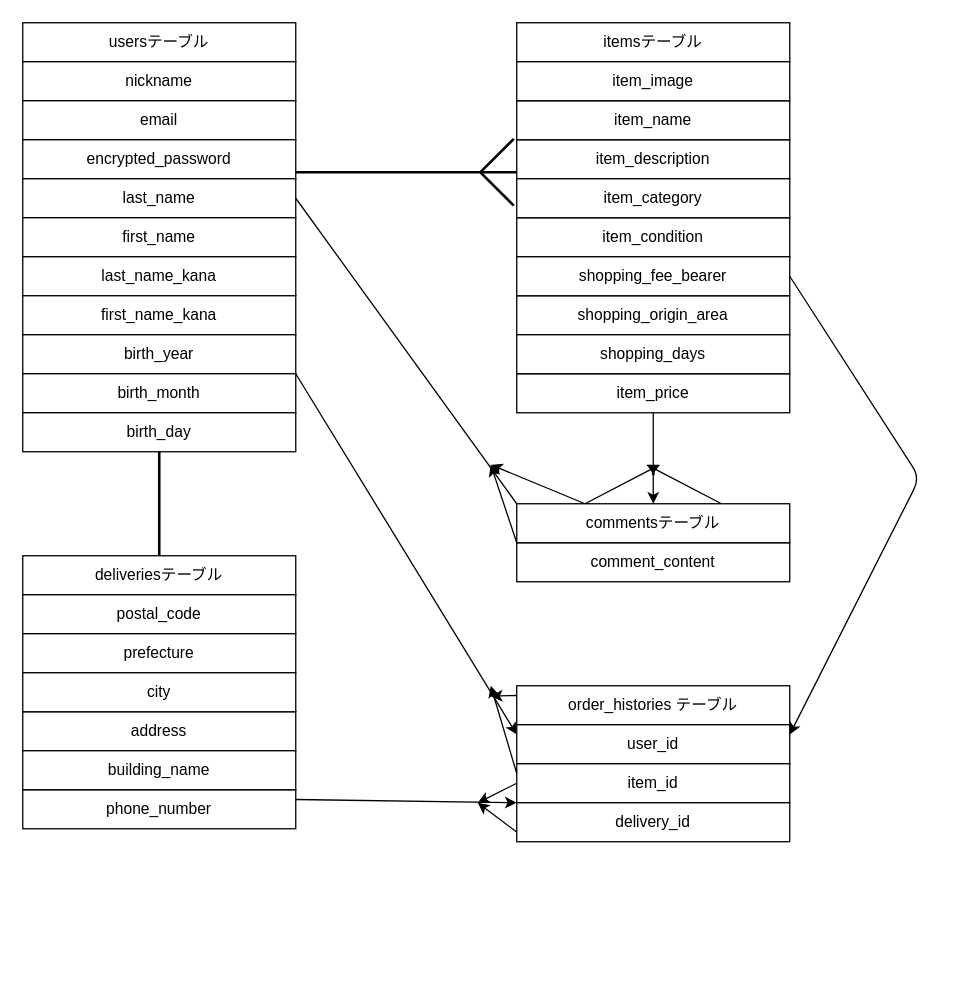
Earlier version of the draw.io diagram test.dio (3ttaka/furima-41345). Source tidied: cells renumbered, new cells numbered last; positions are measured from the earlier drawing's top-left corner, leaving out a move shared by most shapes. Both pictures are drawn from the tidied source at 130%, with x=0, y=0 at pixel (22, 22).
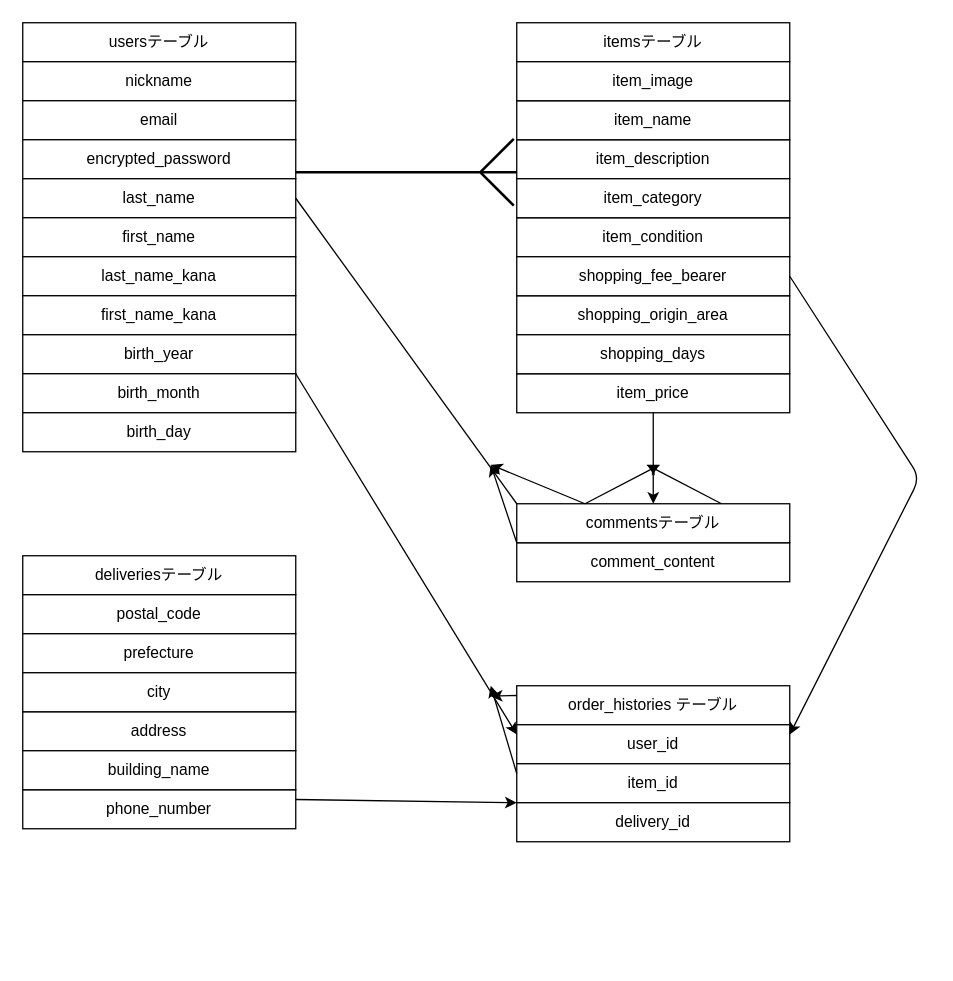
The same page after the edit.

Unchanged cells that the change refers to:
```xml
<mxCell id="9" value="last_name_kana" style="rounded=0;whiteSpace=wrap;html=1;" parent="2" vertex="1">
  <mxGeometry y="180" width="210" height="30" as="geometry" />
</mxCell>
<mxCell id="25" value="deliveriesテーブル" style="rounded=0;whiteSpace=wrap;html=1;" parent="21" vertex="1">
  <mxGeometry width="210" height="30" as="geometry" />
</mxCell>
<mxCell id="54" value="item_id" style="rounded=0;whiteSpace=wrap;html=1;" parent="51" vertex="1">
  <mxGeometry y="60" width="210" height="30" as="geometry" />
</mxCell>
<mxCell id="55" value="delivery_id" style="rounded=0;whiteSpace=wrap;html=1;" parent="50" vertex="1">
  <mxGeometry y="90" width="210" height="30" as="geometry" />
</mxCell>
```

What changed in the source:
```diff
@@
-    <mxCell id="38" style="edgeStyle=none;html=1;exitX=0.5;exitY=1;exitDx=0;exitDy=0;entryX=0.5;entryY=0;entryDx=0;entryDy=0;strokeColor=none;startArrow=none;" parent="1" edge="1" source="49" target="25">
-      <mxGeometry relative="1" as="geometry" />
+    <mxCell id="38" style="edgeStyle=none;html=1;exitX=0.5;exitY=1;exitDx=0;exitDy=0;entryX=0.5;entryY=0;entryDx=0;entryDy=0;strokeColor=none;startArrow=none;" parent="1" edge="1" target="25">
+      <mxGeometry relative="1" as="geometry">
+        <mxPoint x="100" y="370" as="sourcePoint" />
+      </mxGeometry>
     </mxCell>
@@
-    <mxCell id="48" style="edgeStyle=none;html=1;exitX=0.5;exitY=1;exitDx=0;exitDy=0;entryX=0.5;entryY=0;entryDx=0;entryDy=0;strokeColor=none;endArrow=none;" parent="1" edge="1" source="9" target="49">
+    <mxCell id="48" style="edgeStyle=none;html=1;exitX=0.5;exitY=1;exitDx=0;exitDy=0;entryX=0.5;entryY=0;entryDx=0;entryDy=0;strokeColor=none;endArrow=none;" parent="1" edge="1" source="9">
       <mxGeometry relative="1" as="geometry">
+        <mxPoint x="110" y="370" as="targetPoint" />
         <Array as="points">
           <mxPoint x="105" y="250" />
         </Array>
       </mxGeometry>
     </mxCell>
-    <mxCell id="49" style="line;strokeWidth=2;direction=south;html=1;" parent="1" vertex="1">
-      <mxGeometry x="100" y="330" width="10" height="80" as="geometry" />
-    </mxCell>
@@
-    <mxCell id="60" style="edgeStyle=none;html=1;exitX=0;exitY=0.75;exitDx=0;exitDy=0;" parent="1" edge="1" source="55">
-      <mxGeometry relative="1" as="geometry">
-        <mxPoint x="350" y="600" as="targetPoint" />
-      </mxGeometry>
-    </mxCell>
-    <mxCell id="61" style="edgeStyle=none;html=1;exitX=0;exitY=0.5;exitDx=0;exitDy=0;" parent="1" edge="1" source="54">
-      <mxGeometry relative="1" as="geometry">
-        <mxPoint x="350" y="600" as="targetPoint" />
-      </mxGeometry>
-    </mxCell>
```
